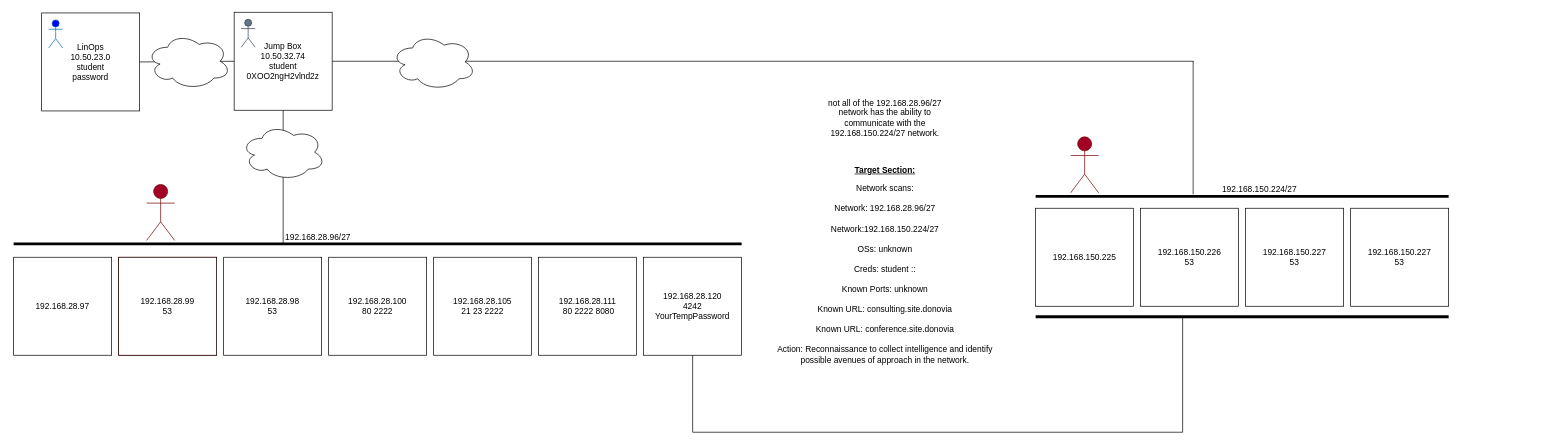
Before: page "Page-1" (1 of 5) of Security/Vacca/Security Map.drawio in TheWaltuh/COSC-Notes, a draw.io diagram. Source tidied: cells renumbered, new cells numbered last; positions are measured from the earlier drawing's top-left corner, leaving out a move shared by most shapes. Both pictures are drawn from the tidied source at 70%, with x=0, y=0 at pixel (13, 12).
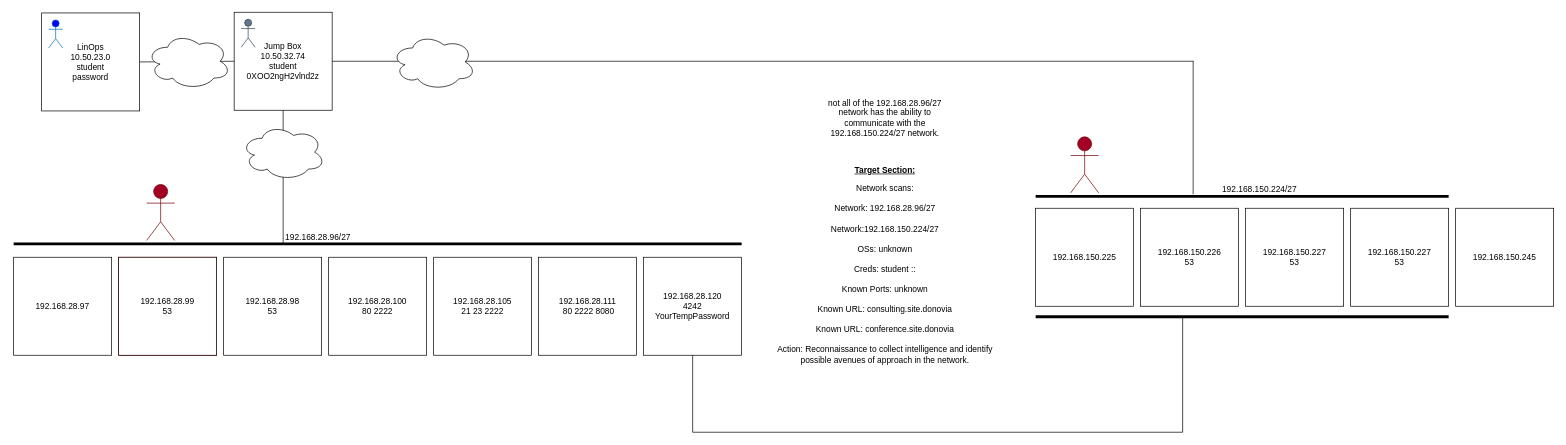
The same page after the edit.

Diff of the diagram source:
```diff
@@
+    <mxCell id="39" value="&lt;div&gt;192.168.150.245&lt;/div&gt;" style="whiteSpace=wrap;html=1;" parent="1" vertex="1">
+      <mxGeometry x="2060" y="280" width="140" height="140" as="geometry" />
+    </mxCell>
```
